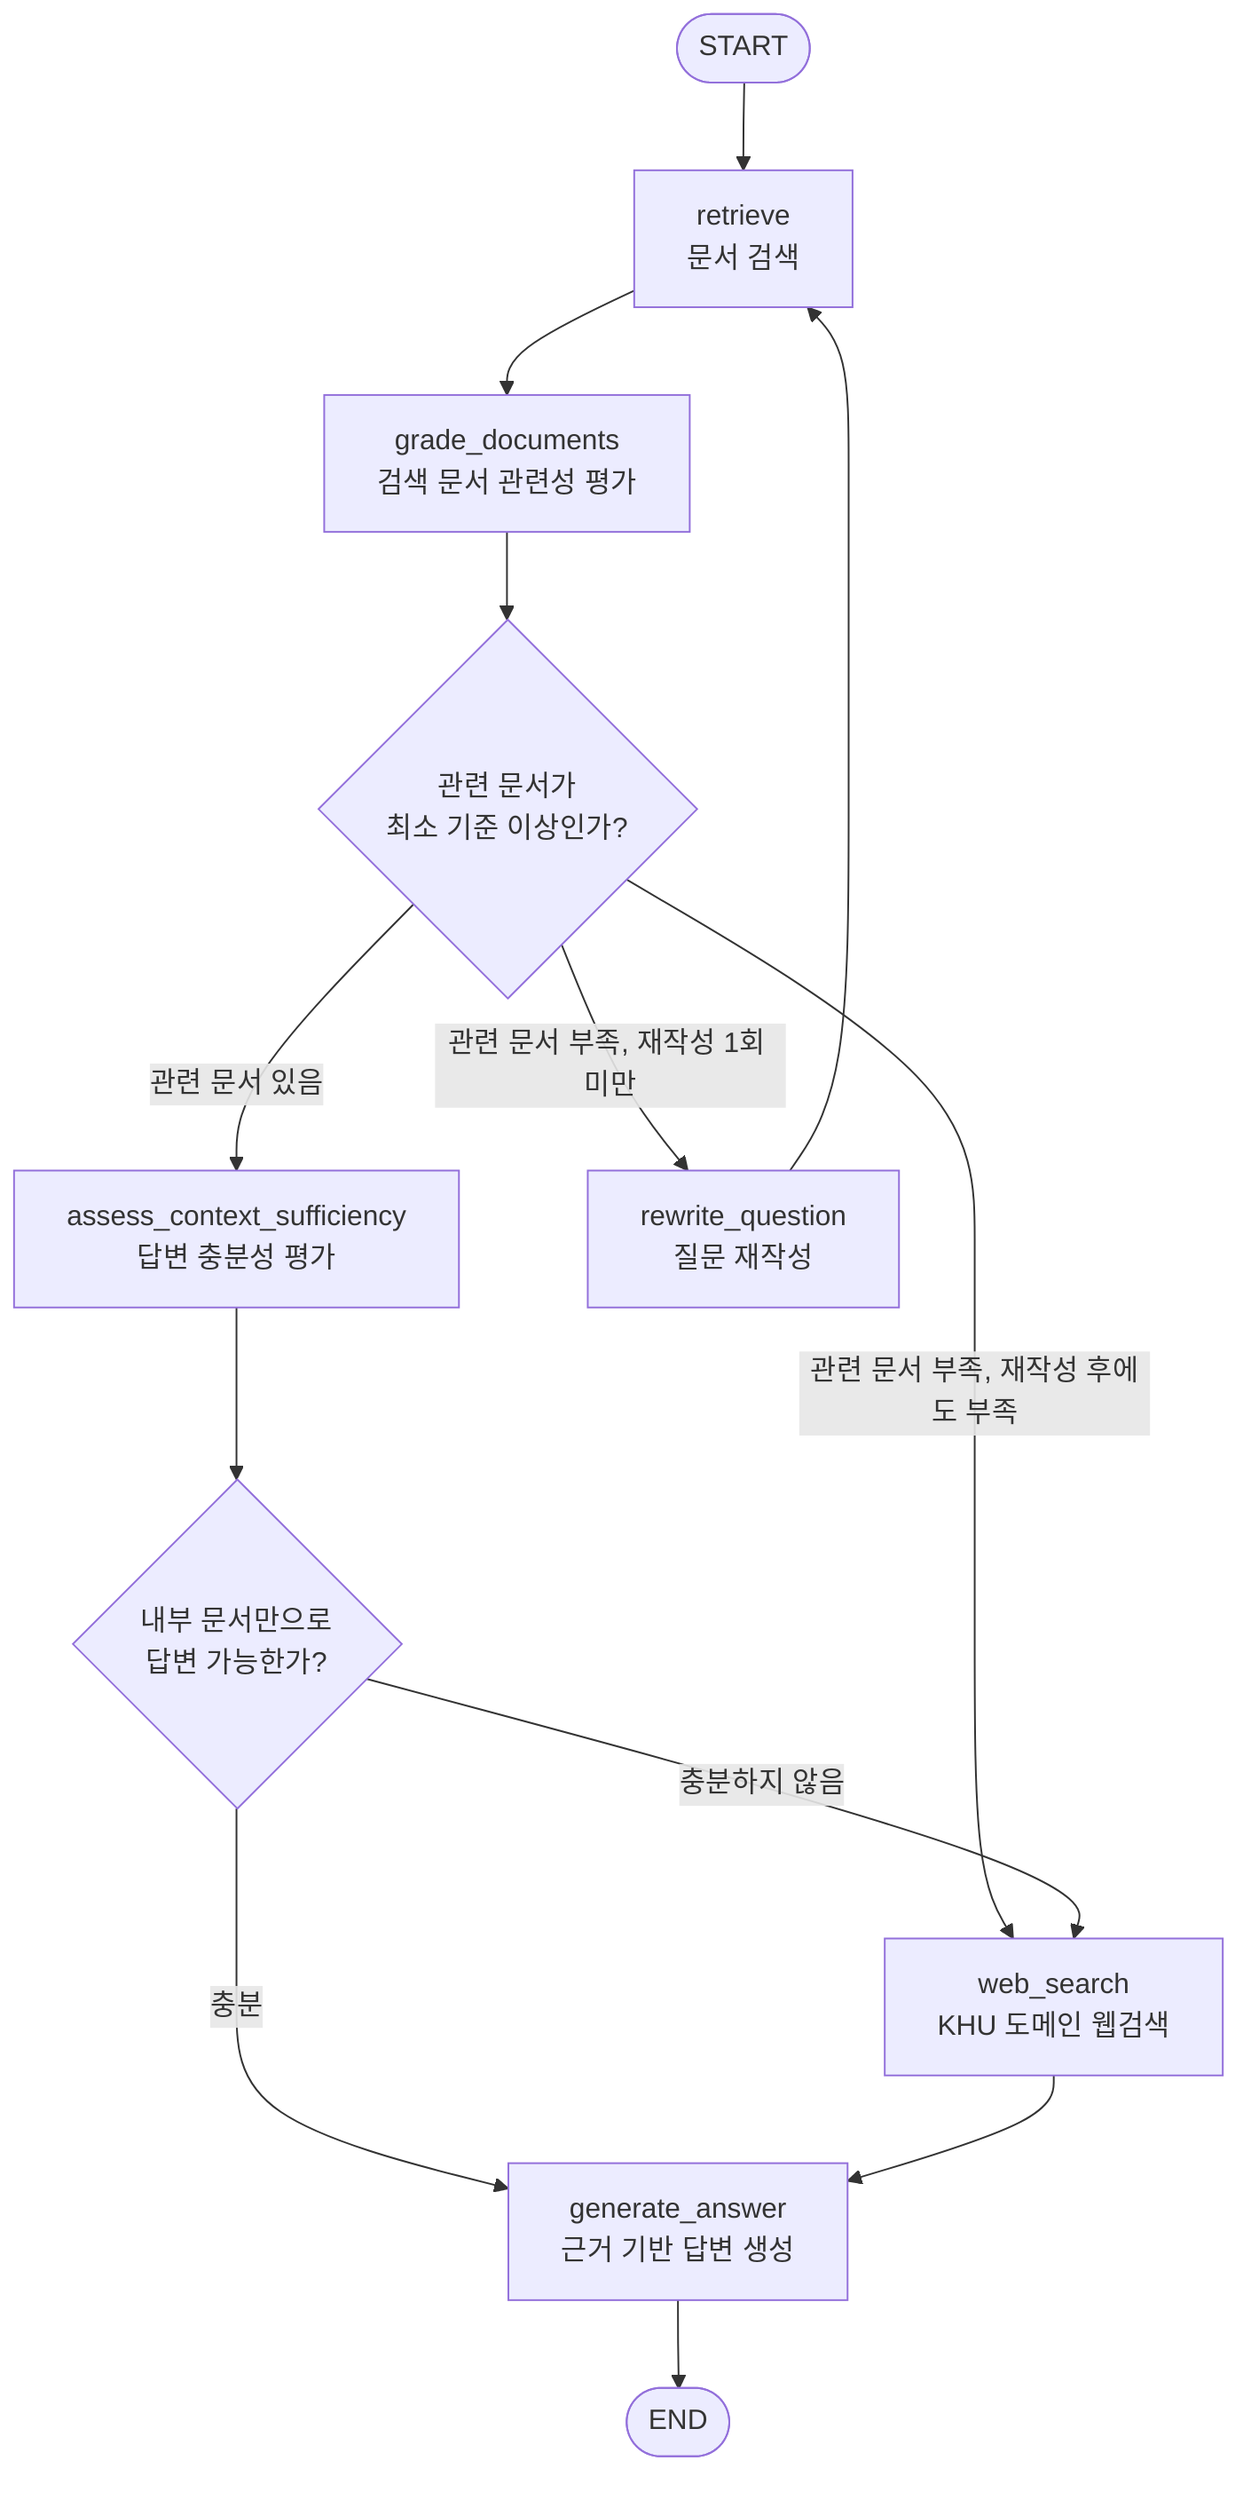
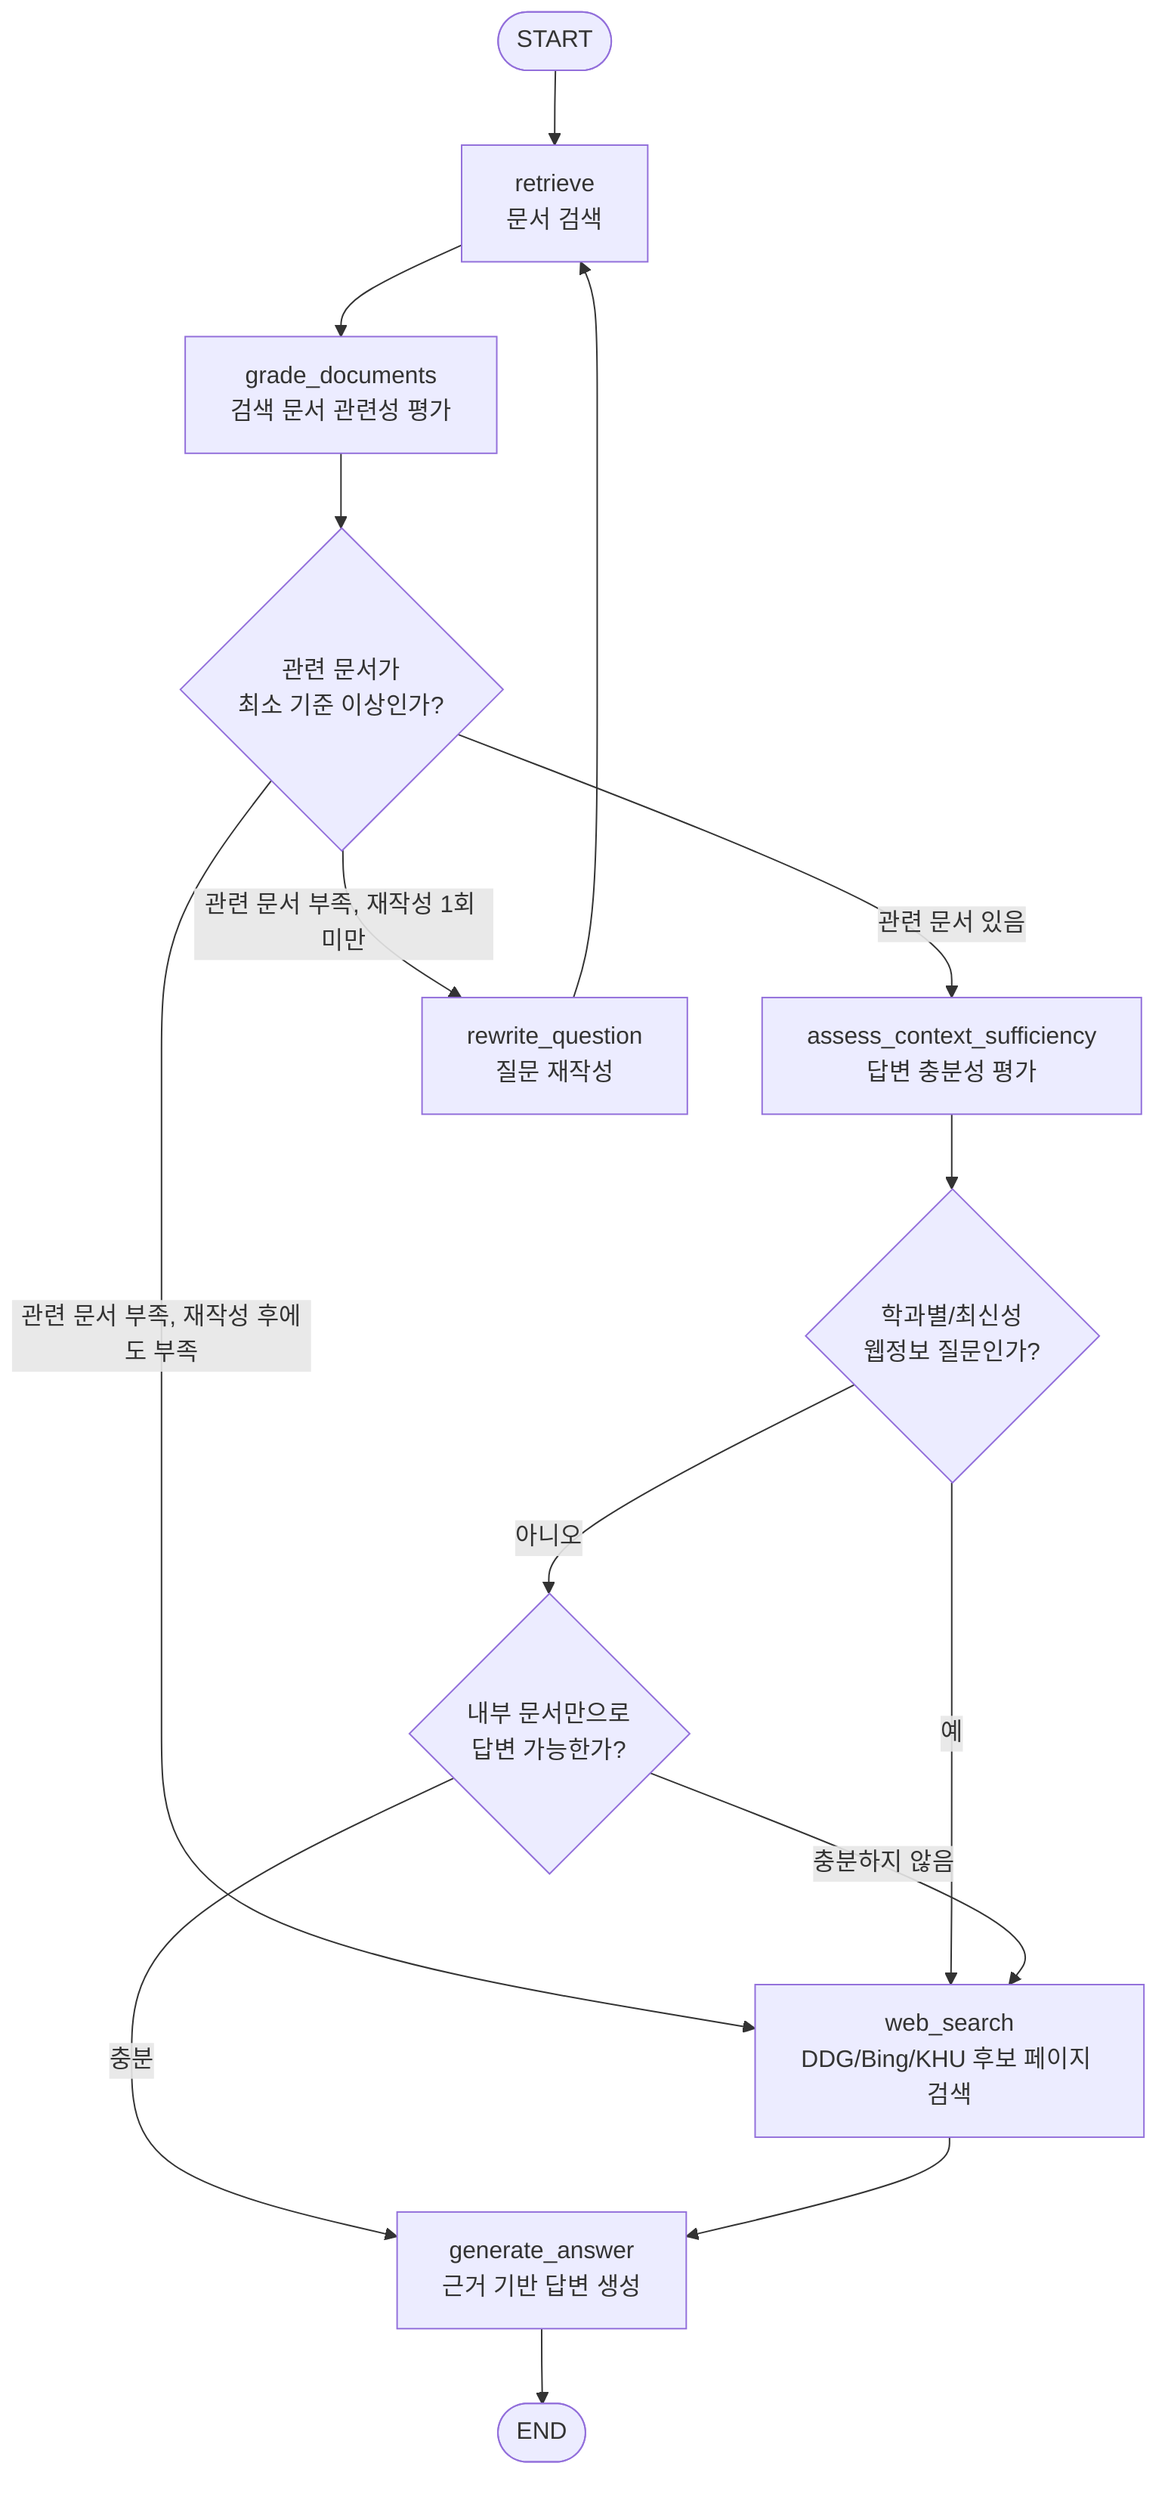
flowchart TD
    START([START])
    RETRIEVE["retrieve<br/>문서 검색"]
    GRADE["grade_documents<br/>검색 문서 관련성 평가"]
    DECIDE_RELEVANCE{"관련 문서가<br/>최소 기준 이상인가?"}
    ASSESS["assess_context_sufficiency<br/>답변 충분성 평가"]
+     FORCE_WEB{"학과별/최신성<br/>웹정보 질문인가?"}
    DECIDE_SUFFICIENCY{"내부 문서만으로<br/>답변 가능한가?"}
    REWRITE["rewrite_question<br/>질문 재작성"]
-     WEB["web_search<br/>KHU 도메인 웹검색"]
+     WEB["web_search<br/>DDG/Bing/KHU 후보 페이지 검색"]
    GENERATE["generate_answer<br/>근거 기반 답변 생성"]
    END([END])

    START --> RETRIEVE
    RETRIEVE --> GRADE
    GRADE --> DECIDE_RELEVANCE
    DECIDE_RELEVANCE -- "관련 문서 부족, 재작성 1회 미만" --> REWRITE
    REWRITE --> RETRIEVE
    DECIDE_RELEVANCE -- "관련 문서 부족, 재작성 후에도 부족" --> WEB
    DECIDE_RELEVANCE -- "관련 문서 있음" --> ASSESS
-     ASSESS --> DECIDE_SUFFICIENCY
+     ASSESS --> FORCE_WEB
+     FORCE_WEB -- "예" --> WEB
+     FORCE_WEB -- "아니오" --> DECIDE_SUFFICIENCY
    DECIDE_SUFFICIENCY -- "충분" --> GENERATE
    DECIDE_SUFFICIENCY -- "충분하지 않음" --> WEB
    WEB --> GENERATE
    GENERATE --> END
